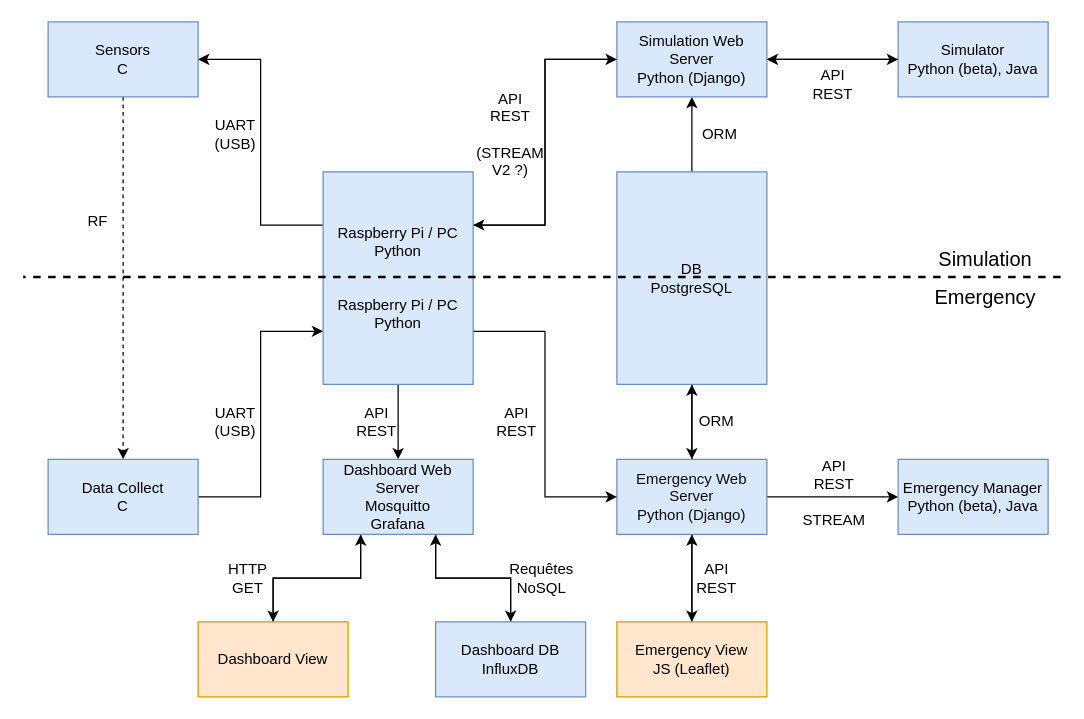
Before: docs/diagrams/application-structure-diagram.drawio in saya-rbt/firecloud-monitor, a draw.io diagram. Source tidied: cells renumbered, new cells numbered last; positions are measured from the earlier drawing's top-left corner, leaving out a move shared by most shapes. Both pictures are drawn from the tidied source at 125%, with x=0, y=0 at pixel (22, 21).
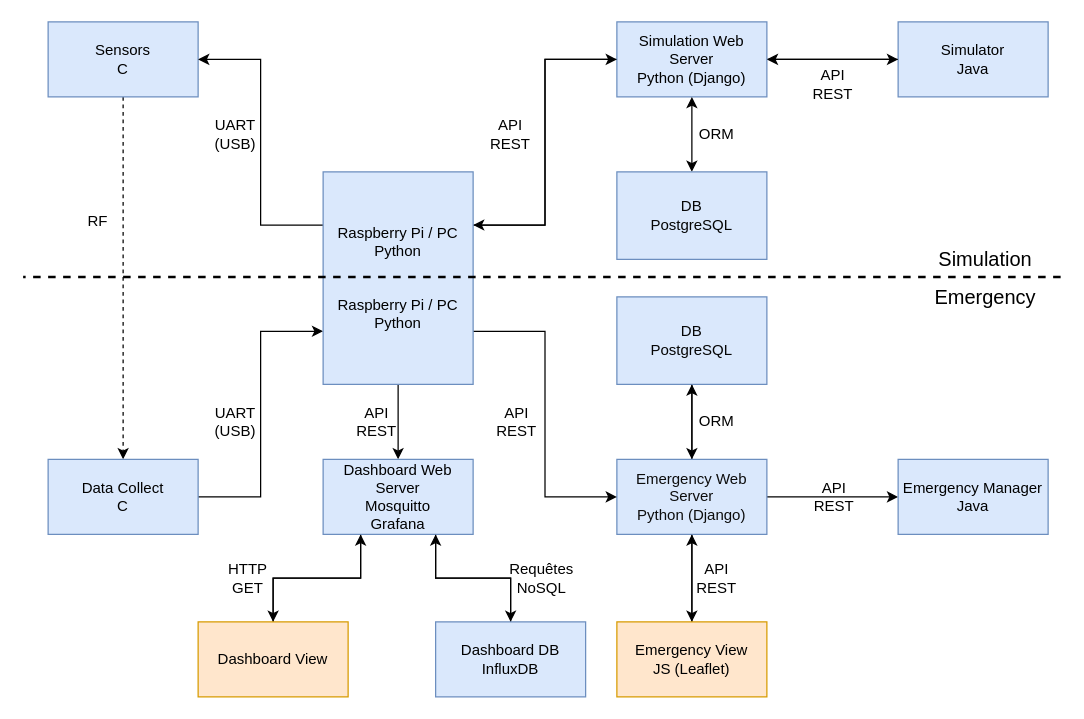
After the change.

Unchanged cells that the change refers to:
```xml
<mxCell id="9" value="&lt;div&gt;Simulation Web Server&lt;/div&gt;&lt;div&gt;Python (Django)&lt;/div&gt;" style="rounded=0;whiteSpace=wrap;html=1;fillColor=#dae8fc;strokeColor=#6c8ebf;labelBorderColor=none;fontColor=#000000;" parent="1" vertex="1">
  <mxGeometry x="475" width="120" height="60" as="geometry" />
</mxCell>
```

Change to the diagram source:
```diff
@@
-    <mxCell id="5" value="&lt;div&gt;Simulator&lt;/div&gt;&lt;div&gt;Python (beta), Java&lt;/div&gt;" style="rounded=0;whiteSpace=wrap;html=1;fillColor=#dae8fc;strokeColor=#6c8ebf;labelBorderColor=none;fontColor=#000000;" parent="1" vertex="1">
+    <mxCell id="5" value="&lt;div&gt;Simulator&lt;/div&gt;&lt;div&gt;Java&lt;/div&gt;" style="rounded=0;whiteSpace=wrap;html=1;fillColor=#dae8fc;strokeColor=#6c8ebf;labelBorderColor=none;fontColor=#000000;" parent="1" vertex="1">
       <mxGeometry x="700" width="120" height="60" as="geometry" />
     </mxCell>
-    <mxCell id="6" style="edgeStyle=orthogonalEdgeStyle;rounded=0;jettySize=auto;html=1;exitX=0.5;exitY=1;exitDx=0;exitDy=0;entryX=0.5;entryY=0;entryDx=0;entryDy=0;labelBorderColor=none;startArrow=classic;startFill=1;endArrow=none;endFill=0;" parent="1" edge="1" source="9" target="11">
-      <mxGeometry relative="1" as="geometry" />
-    </mxCell>
@@
     <mxCell id="11" value="&lt;div&gt;&lt;br&gt;&lt;/div&gt;&lt;div&gt;DB&lt;/div&gt;&lt;div&gt;PostgreSQL&lt;/div&gt;&lt;div&gt;&lt;br&gt;&lt;/div&gt;" style="rounded=0;whiteSpace=wrap;html=1;fillColor=#dae8fc;strokeColor=#6c8ebf;labelBorderColor=none;fontColor=#050505;" parent="1" vertex="1">
-      <mxGeometry x="475" y="120" width="120" height="170" as="geometry" />
+      <mxGeometry x="475" y="220" width="120" height="70" as="geometry" />
     </mxCell>
@@
-    <mxCell id="23" value="&lt;div&gt;Emergency Manager&lt;/div&gt;&lt;div&gt;Python (beta), Java&lt;br&gt;&lt;/div&gt;" style="rounded=0;whiteSpace=wrap;html=1;fillColor=#dae8fc;strokeColor=#6c8ebf;labelBorderColor=none;fontColor=#000000;" parent="1" vertex="1">
+    <mxCell id="23" value="&lt;div&gt;Emergency Manager&lt;/div&gt;&lt;div&gt;Java&lt;br&gt;&lt;/div&gt;" style="rounded=0;whiteSpace=wrap;html=1;fillColor=#dae8fc;strokeColor=#6c8ebf;labelBorderColor=none;fontColor=#000000;" parent="1" vertex="1">
       <mxGeometry x="700" y="350" width="120" height="60" as="geometry" />
     </mxCell>
@@
-    <mxCell id="35" value="&lt;div&gt;ORM&lt;/div&gt;" style="text;html=1;strokeColor=none;fillColor=none;align=center;verticalAlign=middle;whiteSpace=wrap;rounded=0;labelBorderColor=none;" parent="1" vertex="1">
-      <mxGeometry x="540" y="80" width="35" height="20" as="geometry" />
-    </mxCell>
@@
-    <mxCell id="41" value="&lt;div&gt;API &lt;br&gt;&lt;/div&gt;&lt;div&gt;REST&lt;/div&gt;&lt;div&gt;&lt;br&gt;&lt;/div&gt;&lt;div&gt;(STREAM V2 ?)&lt;/div&gt;" style="text;html=1;strokeColor=none;fillColor=none;align=center;verticalAlign=middle;whiteSpace=wrap;rounded=0;labelBorderColor=none;" parent="1" vertex="1">
+    <mxCell id="41" value="&lt;div&gt;API &lt;br&gt;&lt;/div&gt;&lt;div&gt;REST&lt;/div&gt;" style="text;html=1;strokeColor=none;fillColor=none;align=center;verticalAlign=middle;whiteSpace=wrap;rounded=0;labelBorderColor=none;" parent="1" vertex="1">
       <mxGeometry x="370" y="80" width="40" height="20" as="geometry" />
     </mxCell>
@@
-    <mxCell id="48" value="&lt;div&gt;API &lt;br&gt;&lt;/div&gt;&lt;div&gt;REST&lt;/div&gt;&lt;div&gt;&lt;br&gt;&lt;/div&gt;&lt;div&gt;STREAM&lt;/div&gt;" style="text;html=1;strokeColor=none;fillColor=none;align=center;verticalAlign=middle;whiteSpace=wrap;rounded=0;labelBorderColor=none;" parent="1" vertex="1">
-      <mxGeometry x="628.5" y="367" width="40" height="20" as="geometry" />
+    <mxCell id="48" value="&lt;div&gt;API &lt;br&gt;&lt;/div&gt;&lt;div&gt;REST&lt;/div&gt;" style="text;html=1;strokeColor=none;fillColor=none;align=center;verticalAlign=middle;whiteSpace=wrap;rounded=0;labelBorderColor=none;" parent="1" vertex="1">
+      <mxGeometry x="628.5" y="370" width="40" height="20" as="geometry" />
     </mxCell>
+    <mxCell id="49" style="edgeStyle=orthogonalEdgeStyle;rounded=0;jettySize=auto;html=1;entryX=0.5;entryY=1;entryDx=0;entryDy=0;startArrow=classic;startFill=1;" parent="1" edge="1" source="50" target="9">
+      <mxGeometry relative="1" as="geometry" />
+    </mxCell>
+    <mxCell id="50" value="&lt;div&gt;&lt;br&gt;&lt;/div&gt;&lt;div&gt;DB&lt;/div&gt;&lt;div&gt;PostgreSQL&lt;/div&gt;&lt;div&gt;&lt;br&gt;&lt;/div&gt;" style="rounded=0;whiteSpace=wrap;html=1;fillColor=#dae8fc;strokeColor=#6c8ebf;labelBorderColor=none;fontColor=#050505;" parent="1" vertex="1">
+      <mxGeometry x="475" y="120" width="120" height="70" as="geometry" />
+    </mxCell>
+    <mxCell id="35" value="&lt;div&gt;ORM&lt;/div&gt;" style="text;html=1;strokeColor=none;fillColor=none;align=center;verticalAlign=middle;whiteSpace=wrap;rounded=0;labelBorderColor=none;" parent="1" vertex="1">
+      <mxGeometry x="535" y="80" width="40" height="20" as="geometry" />
+    </mxCell>
```
